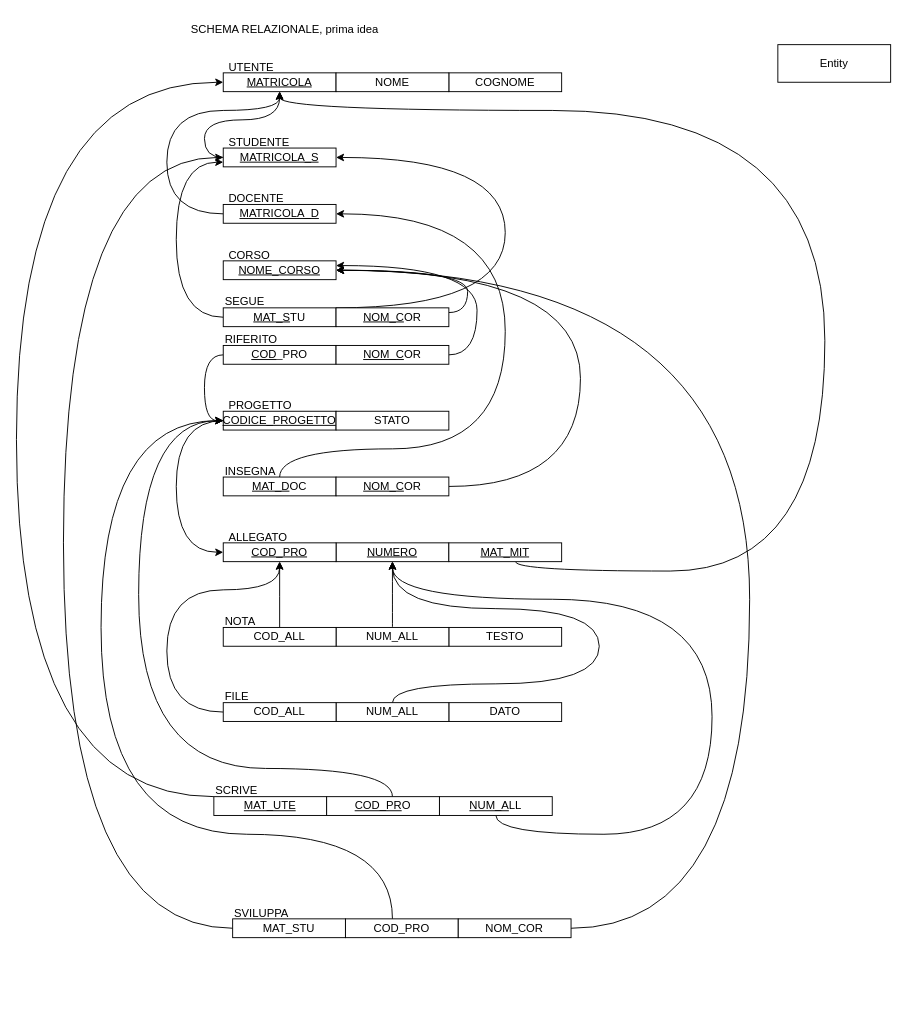
This is page "Page-4" (4 of 4) of prisa_eer.drawio from Cippo95/prisa, a draw.io file, before an edit. Source tidied: cells renumbered, new cells numbered last; positions are measured from the earlier drawing's top-left corner, leaving out a move shared by most shapes. Both pictures are drawn from the tidied source at 94%, with x=0, y=0 at pixel (16, 16).
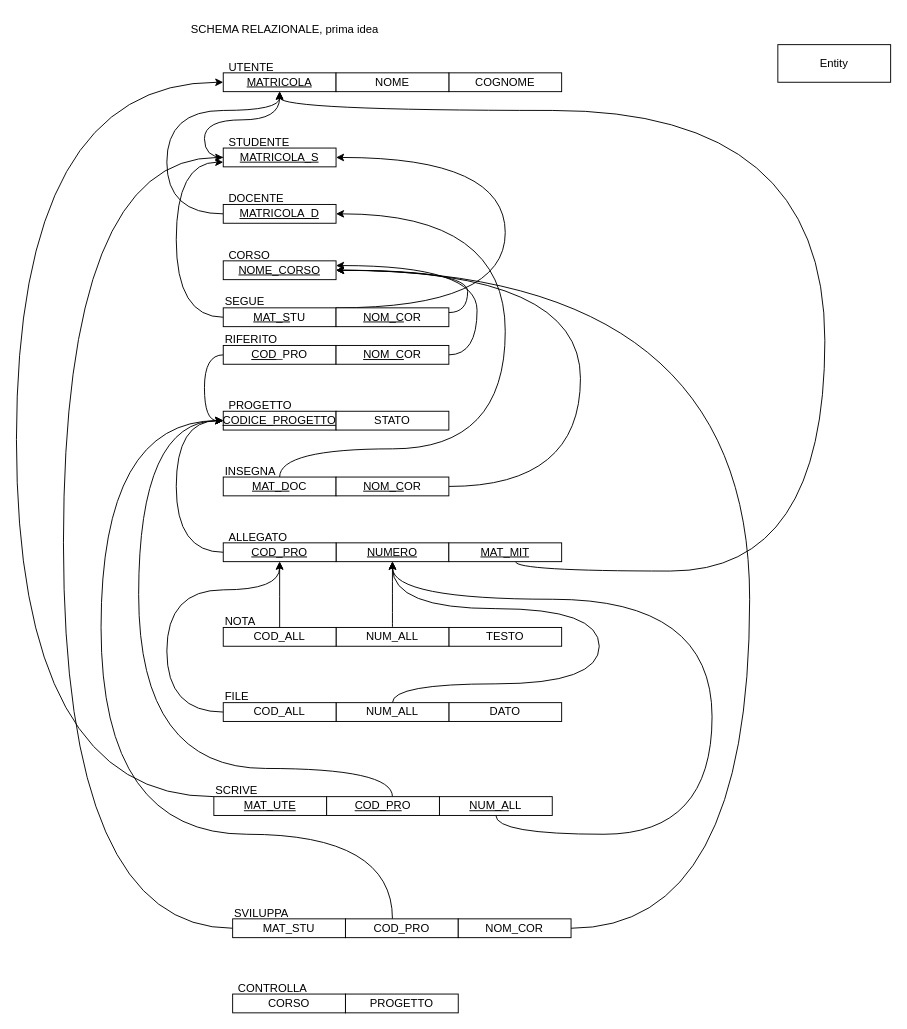
The same diagram, later.

The change refers to these unchanged cells:
```xml
<mxCell id="6" value="&lt;u&gt;CODICE_PROGETTO&lt;/u&gt;" style="whiteSpace=wrap;html=1;align=center;" parent="1" vertex="1">
  <mxGeometry x="220" y="420" width="120" height="20" as="geometry" />
</mxCell>
<mxCell id="14" value="&lt;u&gt;COD_PRO&lt;/u&gt;" style="whiteSpace=wrap;html=1;align=center;" parent="1" vertex="1">
  <mxGeometry x="220" y="560" width="120" height="20" as="geometry" />
</mxCell>
```

Diff of the diagram source:
```diff
@@
-    <mxCell id="13" style="edgeStyle=orthogonalEdgeStyle;curved=1;rounded=0;jettySize=auto;html=1;entryX=0;entryY=0.5;entryDx=0;entryDy=0;startArrow=classic;startFill=1;endArrow=none;endFill=0;" parent="1" edge="1" source="14" target="6">
+    <mxCell id="13" style="edgeStyle=orthogonalEdgeStyle;curved=1;rounded=0;jettySize=auto;html=1;entryX=0;entryY=0.5;entryDx=0;entryDy=0;startArrow=none;startFill=0;endArrow=classic;endFill=1;" parent="1" edge="1" source="14" target="6">
       <mxGeometry relative="1" as="geometry">
         <Array as="points">
           <mxPoint x="170" y="570" />
           <mxPoint x="170" y="430" />
         </Array>
       </mxGeometry>
     </mxCell>
@@
+    <mxCell id="68" value="CORSO" style="whiteSpace=wrap;html=1;align=center;" parent="1" vertex="1">
+      <mxGeometry x="230" y="1040" width="120" height="20" as="geometry" />
+    </mxCell>
+    <mxCell id="69" value="CONTROLLA" style="text;strokeColor=none;fillColor=none;spacingLeft=4;spacingRight=4;overflow=hidden;fontSize=12;align=left;" parent="1" vertex="1">
+      <mxGeometry x="230" y="1020" width="110" height="20" as="geometry" />
+    </mxCell>
+    <mxCell id="70" value="PROGETTO" style="whiteSpace=wrap;html=1;align=center;" parent="1" vertex="1">
+      <mxGeometry x="350" y="1040" width="120" height="20" as="geometry" />
+    </mxCell>
```
